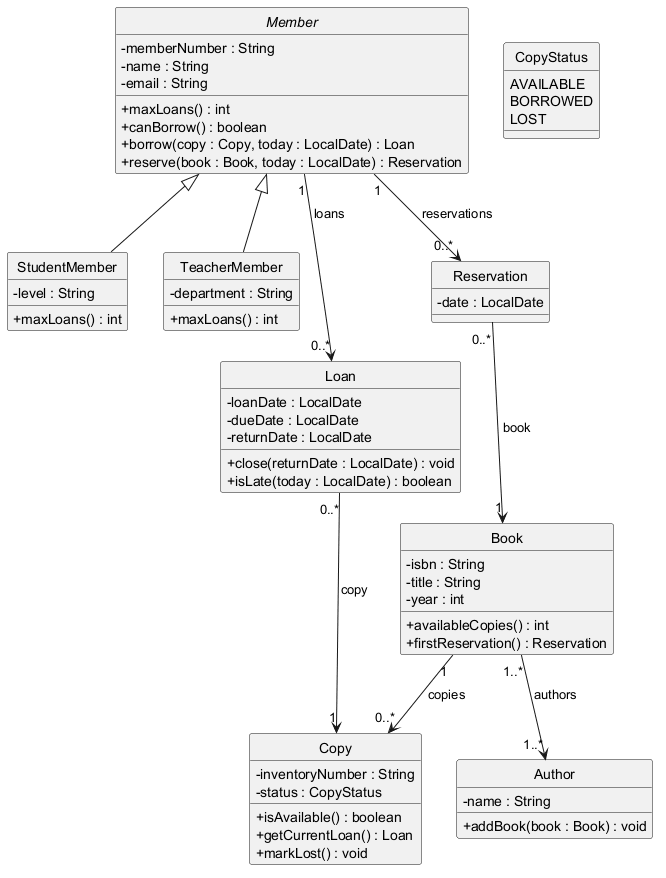
Before: docs/uml/library-design.png, a diagram exported from PlantUML (abderrahimbelfar/tp4-library-model).
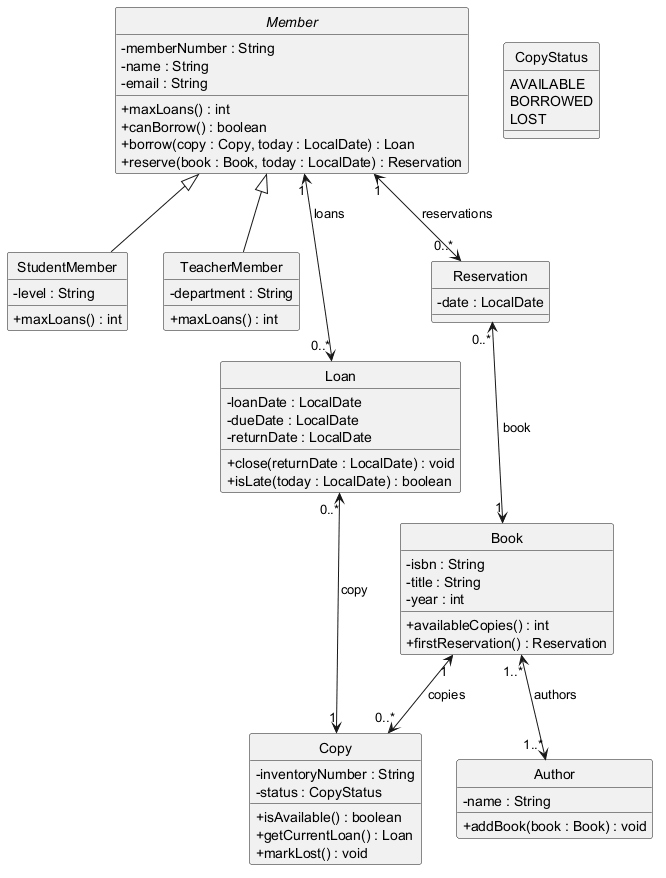
After the change.

Commit message:
Initial commit - TP4 Library Model

Diff of the diagram source:
```diff
@@ -65,13 +65,13 @@
 Member <|-- StudentMember
 Member <|-- TeacherMember
 
-Member "1" --> "0..*" Loan : loans
-Loan "0..*" --> "1" Copy : copy
+Member "1" <--> "0..*" Loan : loans
+Loan "0..*" <--> "1" Copy : copy
 
-Member "1" --> "0..*" Reservation : reservations
-Reservation "0..*" --> "1" Book : book
+Member "1" <--> "0..*" Reservation : reservations
+Reservation "0..*" <--> "1" Book : book
 
-Book "1" --> "0..*" Copy : copies
-Book "1..*" --> "1..*" Author : authors
+Book "1" <--> "0..*" Copy : copies
+Book "1..*" <--> "1..*" Author : authors
 
 @enduml
```
